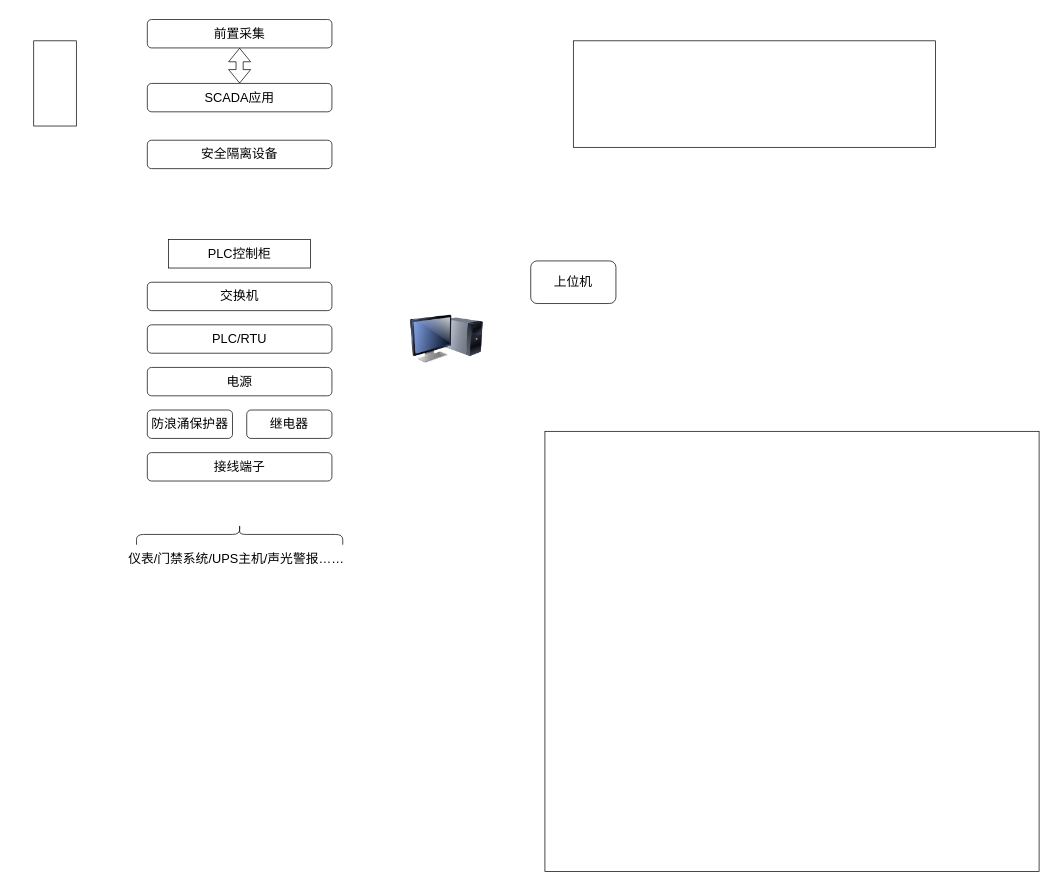
Abccccd/-2 keeps this draw.io diagram as 典型的SCADA架构.drawio. Above is the earlier version. Source tidied: cells renumbered, new cells numbered last; positions are measured from the earlier drawing's top-left corner, leaving out a move shared by most shapes. Both pictures are drawn from the tidied source at 71%, with x=0, y=0 at pixel (33, 19).
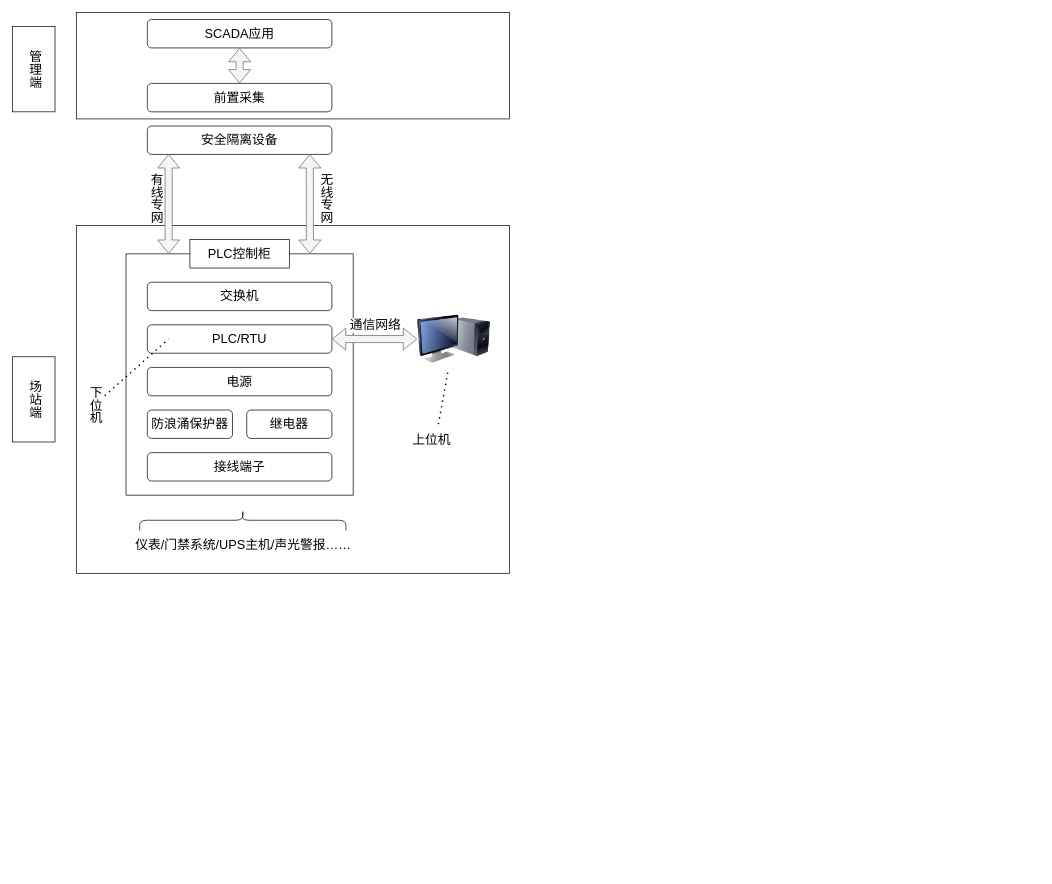
The same diagram, later.

Commit message:
典型的SCADA架构.drawio

The change refers to these unchanged cells:
```xml
<mxCell id="9" value="&lt;span style=&quot;font-size: 18px;&quot;&gt;PLC/RTU&lt;/span&gt;" style="rounded=1;whiteSpace=wrap;html=1;" parent="1" vertex="1">
  <mxGeometry x="160" y="430" width="260" height="40" as="geometry" />
</mxCell>
```

Change to the diagram source:
```diff
@@
     <mxCell id="2" style="rounded=0;whiteSpace=wrap;html=1;" parent="1" vertex="1">
-      <mxGeometry x="720" y="580" width="696" height="620" as="geometry" />
+      <mxGeometry x="60" y="290" width="610" height="490" as="geometry" />
     </mxCell>
+    <mxCell id="20" style="edgeStyle=elbowEdgeStyle;rounded=0;orthogonalLoop=1;jettySize=auto;html=1;elbow=vertical;endArrow=none;endFill=0;" parent="1" edge="1">
+      <mxGeometry relative="1" as="geometry">
+        <mxPoint x="130" y="330" as="sourcePoint" />
+        <mxPoint x="450" y="670" as="targetPoint" />
+        <Array as="points">
+          <mxPoint x="150" y="670" />
+        </Array>
+      </mxGeometry>
+    </mxCell>
+    <mxCell id="13" value="&lt;span style=&quot;font-size: 18px;&quot;&gt;接线端子&lt;/span&gt;" style="rounded=1;whiteSpace=wrap;html=1;" parent="1" vertex="1">
+      <mxGeometry x="160" y="610" width="260" height="40" as="geometry" />
+    </mxCell>
+    <mxCell id="7" value="&lt;font style=&quot;font-size: 18px;&quot;&gt;PLC控制柜&lt;/font&gt;" style="rounded=0;whiteSpace=wrap;html=1;" parent="1" vertex="1">
+      <mxGeometry x="220" y="310" width="140" height="40" as="geometry" />
+    </mxCell>
+    <mxCell id="21" style="edgeStyle=orthogonalEdgeStyle;rounded=0;jettySize=auto;html=1;endArrow=none;endFill=0;" parent="1" edge="1" source="7">
+      <mxGeometry relative="1" as="geometry">
+        <mxPoint x="450" y="670" as="targetPoint" />
+        <Array as="points">
+          <mxPoint x="450" y="330" />
+          <mxPoint x="450" y="670" />
+        </Array>
+      </mxGeometry>
+    </mxCell>
     <mxCell id="3" style="rounded=0;whiteSpace=wrap;html=1;" parent="1" vertex="1">
-      <mxGeometry x="760" y="30" width="510" height="150" as="geometry" />
+      <mxGeometry x="60" y="-10" width="610" height="150" as="geometry" />
     </mxCell>
-    <mxCell id="4" value="&lt;font style=&quot;font-size: 18px;&quot;&gt;SCADA应用&lt;/font&gt;" style="rounded=1;whiteSpace=wrap;html=1;" parent="1" vertex="1">
+    <mxCell id="4" value="&lt;span style=&quot;font-size: 18px;&quot;&gt;前置采集&lt;/span&gt;" style="rounded=1;whiteSpace=wrap;html=1;" parent="1" vertex="1">
       <mxGeometry x="160" y="90" width="260" height="40" as="geometry" />
     </mxCell>
-    <mxCell id="5" value="&lt;font style=&quot;font-size: 18px;&quot;&gt;前置采集&lt;/font&gt;" style="rounded=1;whiteSpace=wrap;html=1;" parent="1" vertex="1">
+    <mxCell id="5" value="&lt;span style=&quot;font-size: 18px;&quot;&gt;SCADA应用&lt;/span&gt;" style="rounded=1;whiteSpace=wrap;html=1;" parent="1" vertex="1">
       <mxGeometry x="160" width="260" height="40" as="geometry" />
     </mxCell>
     <mxCell id="6" value="&lt;font style=&quot;font-size: 18px;&quot;&gt;安全隔离设备&lt;/font&gt;" style="rounded=1;whiteSpace=wrap;html=1;" parent="1" vertex="1">
-      <mxGeometry x="160" y="170" width="260" height="40" as="geometry" />
+      <mxGeometry x="160" y="150" width="260" height="40" as="geometry" />
     </mxCell>
-    <mxCell id="7" value="&lt;font style=&quot;font-size: 18px;&quot;&gt;PLC控制柜&lt;/font&gt;" style="rounded=0;whiteSpace=wrap;html=1;" parent="1" vertex="1">
-      <mxGeometry x="190" y="310" width="200" height="40" as="geometry" />
-    </mxCell>
+    <mxCell id="22" style="edgeStyle=orthogonalEdgeStyle;rounded=0;jettySize=auto;html=1;endArrow=none;endFill=0;" parent="1" edge="1" source="7">
+      <mxGeometry relative="1" as="geometry">
+        <mxPoint x="130" y="330" as="targetPoint" />
+      </mxGeometry>
+    </mxCell>
@@
-    <mxCell id="13" value="&lt;span style=&quot;font-size: 18px;&quot;&gt;接线端子&lt;/span&gt;" style="rounded=1;whiteSpace=wrap;html=1;" parent="1" vertex="1">
-      <mxGeometry x="160" y="610" width="260" height="40" as="geometry" />
-    </mxCell>
-    <mxCell id="14" value="&lt;span style=&quot;font-size: 18px;&quot;&gt;上位机&lt;/span&gt;" style="rounded=1;whiteSpace=wrap;html=1;" parent="1" vertex="1">
-      <mxGeometry x="700" y="340" width="120" height="60" as="geometry" />
-    </mxCell>
-    <mxCell id="15" style="shape=flexArrow;endArrow=classic;startArrow=classic;html=1;rounded=0;entryX=0.5;entryY=1;entryDx=0;entryDy=0;" parent="1" edge="1" target="5">
+    <mxCell id="15" style="shape=flexArrow;endArrow=classic;startArrow=classic;html=1;rounded=0;entryX=0.5;entryY=1;entryDx=0;entryDy=0;fillColor=#f5f5f5;strokeColor=#666666;" parent="1" edge="1" target="5">
       <mxGeometry relative="1" as="geometry">
         <mxPoint x="290" y="90" as="sourcePoint" />
       </mxGeometry>
     </mxCell>
     <mxCell id="16" style="shape=curlyBracket;whiteSpace=wrap;html=1;rounded=1;flipH=1;labelPosition=right;verticalLabelPosition=middle;align=left;verticalAlign=middle;rotation=-90;" parent="1" vertex="1">
-      <mxGeometry x="275.5" y="580" width="29" height="290.5" as="geometry" />
+      <mxGeometry x="280" y="560" width="29" height="290.5" as="geometry" />
     </mxCell>
     <mxCell id="17" style="image;html=1;image=img/lib/clip_art/computers/Monitor_Tower_128x128.png;" parent="1" vertex="1">
-      <mxGeometry x="530" y="407.5" width="103" height="85" as="geometry" />
+      <mxGeometry x="540" y="407.5" width="103" height="85" as="geometry" />
     </mxCell>
     <mxCell id="18" value="&lt;font style=&quot;font-size: 18px;&quot;&gt;仪表/门禁系统/UPS主机/声光警报……&lt;/font&gt;" style="text;html=1;align=center;verticalAlign=middle;strokeColor=none;fillColor=none;" parent="1" vertex="1">
-      <mxGeometry x="120" y="740" width="330" height="40" as="geometry" />
+      <mxGeometry x="130" y="720" width="330" height="40" as="geometry" />
     </mxCell>
-    <mxCell id="19" style="rounded=0;whiteSpace=wrap;html=1;" parent="1" vertex="1">
-      <mxGeometry y="30" width="60" height="120" as="geometry" />
+    <mxCell id="19" value="&lt;div style=&quot;&quot;&gt;&lt;span style=&quot;font-size: 18px; background-color: initial;&quot;&gt;管理端&lt;/span&gt;&lt;/div&gt;" style="rounded=0;whiteSpace=wrap;html=1;align=center;textDirection=vertical-lr;" parent="1" vertex="1">
+      <mxGeometry x="-30" y="10" width="60" height="120" as="geometry" />
     </mxCell>
+    <mxCell id="23" value="&lt;div style=&quot;&quot;&gt;&lt;span style=&quot;font-size: 18px; background-color: initial;&quot;&gt;场站端&lt;/span&gt;&lt;/div&gt;" style="rounded=0;whiteSpace=wrap;html=1;align=center;textDirection=vertical-lr;" parent="1" vertex="1">
+      <mxGeometry x="-30" y="475" width="60" height="120" as="geometry" />
+    </mxCell>
+    <mxCell id="24" style="endArrow=none;dashed=1;html=1;dashPattern=1 3;strokeWidth=2;rounded=0;entryX=0.115;entryY=0.5;entryDx=0;entryDy=0;entryPerimeter=0;" parent="1" edge="1" target="9">
+      <mxGeometry relative="1" as="geometry">
+        <mxPoint x="100" y="530" as="sourcePoint" />
+      </mxGeometry>
+    </mxCell>
+    <mxCell id="25" value="&lt;font style=&quot;font-size: 18px;&quot;&gt;下位机&lt;/font&gt;" style="text;html=1;align=center;verticalAlign=middle;strokeColor=none;fillColor=none;textDirection=vertical-lr;" parent="1" vertex="1">
+      <mxGeometry x="44.5" y="540" width="80" height="40" as="geometry" />
+    </mxCell>
+    <mxCell id="26" style="endArrow=none;dashed=1;html=1;dashPattern=1 3;strokeWidth=2;rounded=0;" parent="1" edge="1" target="17">
+      <mxGeometry relative="1" as="geometry">
+        <mxPoint x="570" y="570" as="sourcePoint" />
+      </mxGeometry>
+    </mxCell>
+    <mxCell id="14" value="&lt;font style=&quot;font-size: 18px;&quot;&gt;上位机&lt;/font&gt;" style="text;html=1;align=center;verticalAlign=middle;strokeColor=none;fillColor=none;" parent="1" vertex="1">
+      <mxGeometry x="520" y="573" width="80" height="40" as="geometry" />
+    </mxCell>
+    <mxCell id="27" style="shape=flexArrow;endArrow=classic;startArrow=classic;html=1;rounded=0;exitX=1;exitY=0.5;exitDx=0;exitDy=0;entryX=0;entryY=0.5;entryDx=0;entryDy=0;fillColor=#f5f5f5;strokeColor=#666666;" parent="1" edge="1" source="9" target="17">
+      <mxGeometry relative="1" as="geometry" />
+    </mxCell>
+    <mxCell id="28" value="&lt;font style=&quot;font-size: 18px;&quot;&gt;通信网络&lt;/font&gt;" style="edgeLabel;html=1;align=center;verticalAlign=middle;" parent="27" vertex="1">
+      <mxGeometry x="0.09" y="5" relative="1" as="geometry">
+        <mxPoint x="-5" y="-15" as="offset" />
+      </mxGeometry>
+    </mxCell>
+    <mxCell id="29" style="shape=flexArrow;endArrow=classic;startArrow=classic;html=1;rounded=0;fillColor=#f5f5f5;strokeColor=#666666;fillStyle=auto;" parent="1" edge="1">
+      <mxGeometry relative="1" as="geometry">
+        <mxPoint x="389" y="330" as="sourcePoint" />
+        <mxPoint x="388.8" y="189.6" as="targetPoint" />
+      </mxGeometry>
+    </mxCell>
+    <mxCell id="30" value="&lt;font style=&quot;font-size: 18px;&quot;&gt;无线专网&lt;/font&gt;" style="edgeLabel;html=1;align=center;verticalAlign=middle;textDirection=vertical-lr;" parent="29" vertex="1">
+      <mxGeometry x="0.24" y="-2" relative="1" as="geometry">
+        <mxPoint x="19" y="8" as="offset" />
+      </mxGeometry>
+    </mxCell>
+    <mxCell id="31" style="shape=flexArrow;endArrow=classic;startArrow=classic;html=1;rounded=0;fillColor=#f5f5f5;strokeColor=#666666;" parent="1" edge="1">
+      <mxGeometry relative="1" as="geometry">
+        <mxPoint x="190" y="330" as="sourcePoint" />
+        <mxPoint x="190" y="189.6" as="targetPoint" />
+      </mxGeometry>
+    </mxCell>
+    <mxCell id="32" value="&lt;font style=&quot;font-size: 18px;&quot;&gt;有线专网&lt;/font&gt;" style="edgeLabel;html=1;align=center;verticalAlign=middle;textDirection=vertical-lr;" parent="31" vertex="1">
+      <mxGeometry x="0.19" y="5" relative="1" as="geometry">
+        <mxPoint x="-15" y="4" as="offset" />
+      </mxGeometry>
+    </mxCell>
```
